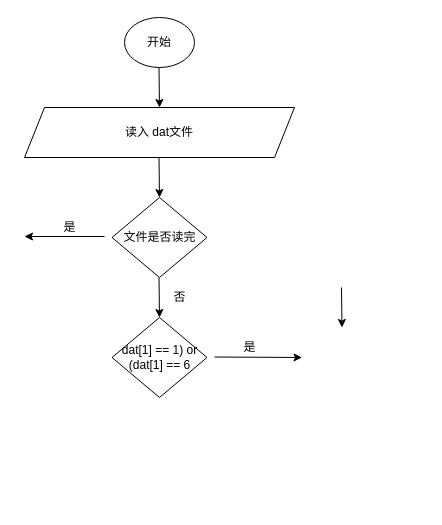
The draw.io diagram fastpsw.drawio in luoluo19550418/drawio, before the edit. Source tidied: cells renumbered, new cells numbered last; positions are measured from the earlier drawing's top-left corner, leaving out a move shared by most shapes. Both pictures are drawn from the tidied source at 100%, with x=0, y=0 at pixel (24, 17).
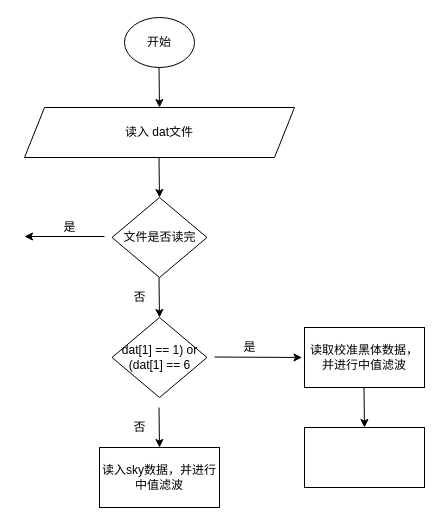
The same page after the edit.

The edit, as a diff of the source:
```diff
@@
     <mxCell id="9" value="否" style="text;html=1;align=center;verticalAlign=middle;strokeColor=none;fillColor=none;" parent="1" vertex="1">
-      <mxGeometry x="140" y="270" width="30" height="20" as="geometry" />
+      <mxGeometry x="100" y="270" width="30" height="20" as="geometry" />
     </mxCell>
@@
     <mxCell id="11" style="endArrow=classic;html=1;rounded=0;" parent="1" edge="1">
       <mxGeometry relative="1" as="geometry">
-        <mxPoint x="317" y="270" as="sourcePoint" />
-        <mxPoint x="317.5" y="310" as="targetPoint" />
+        <mxPoint x="339.5" y="370" as="sourcePoint" />
+        <mxPoint x="340" y="410" as="targetPoint" />
       </mxGeometry>
     </mxCell>
@@
+    <mxCell id="15" value="读取校准黑体数据，并进行中值滤波" style="rounded=0;whiteSpace=wrap;html=1;" parent="1" vertex="1">
+      <mxGeometry x="280" y="310" width="120" height="60" as="geometry" />
+    </mxCell>
+    <mxCell id="16" style="rounded=0;whiteSpace=wrap;html=1;" parent="1" vertex="1">
+      <mxGeometry x="280" y="410" width="120" height="60" as="geometry" />
+    </mxCell>
+    <mxCell id="17" style="endArrow=classic;html=1;rounded=0;" parent="1" edge="1">
+      <mxGeometry relative="1" as="geometry">
+        <mxPoint x="134.5" y="390" as="sourcePoint" />
+        <mxPoint x="135" y="430" as="targetPoint" />
+      </mxGeometry>
+    </mxCell>
+    <mxCell id="18" value="否" style="text;html=1;align=center;verticalAlign=middle;strokeColor=none;fillColor=none;" parent="1" vertex="1">
+      <mxGeometry x="100" y="400" width="30" height="20" as="geometry" />
+    </mxCell>
+    <mxCell id="19" value="读入sky数据，并进行中值滤波" style="rounded=0;whiteSpace=wrap;html=1;" parent="1" vertex="1">
+      <mxGeometry x="75" y="430" width="120" height="60" as="geometry" />
+    </mxCell>
```
